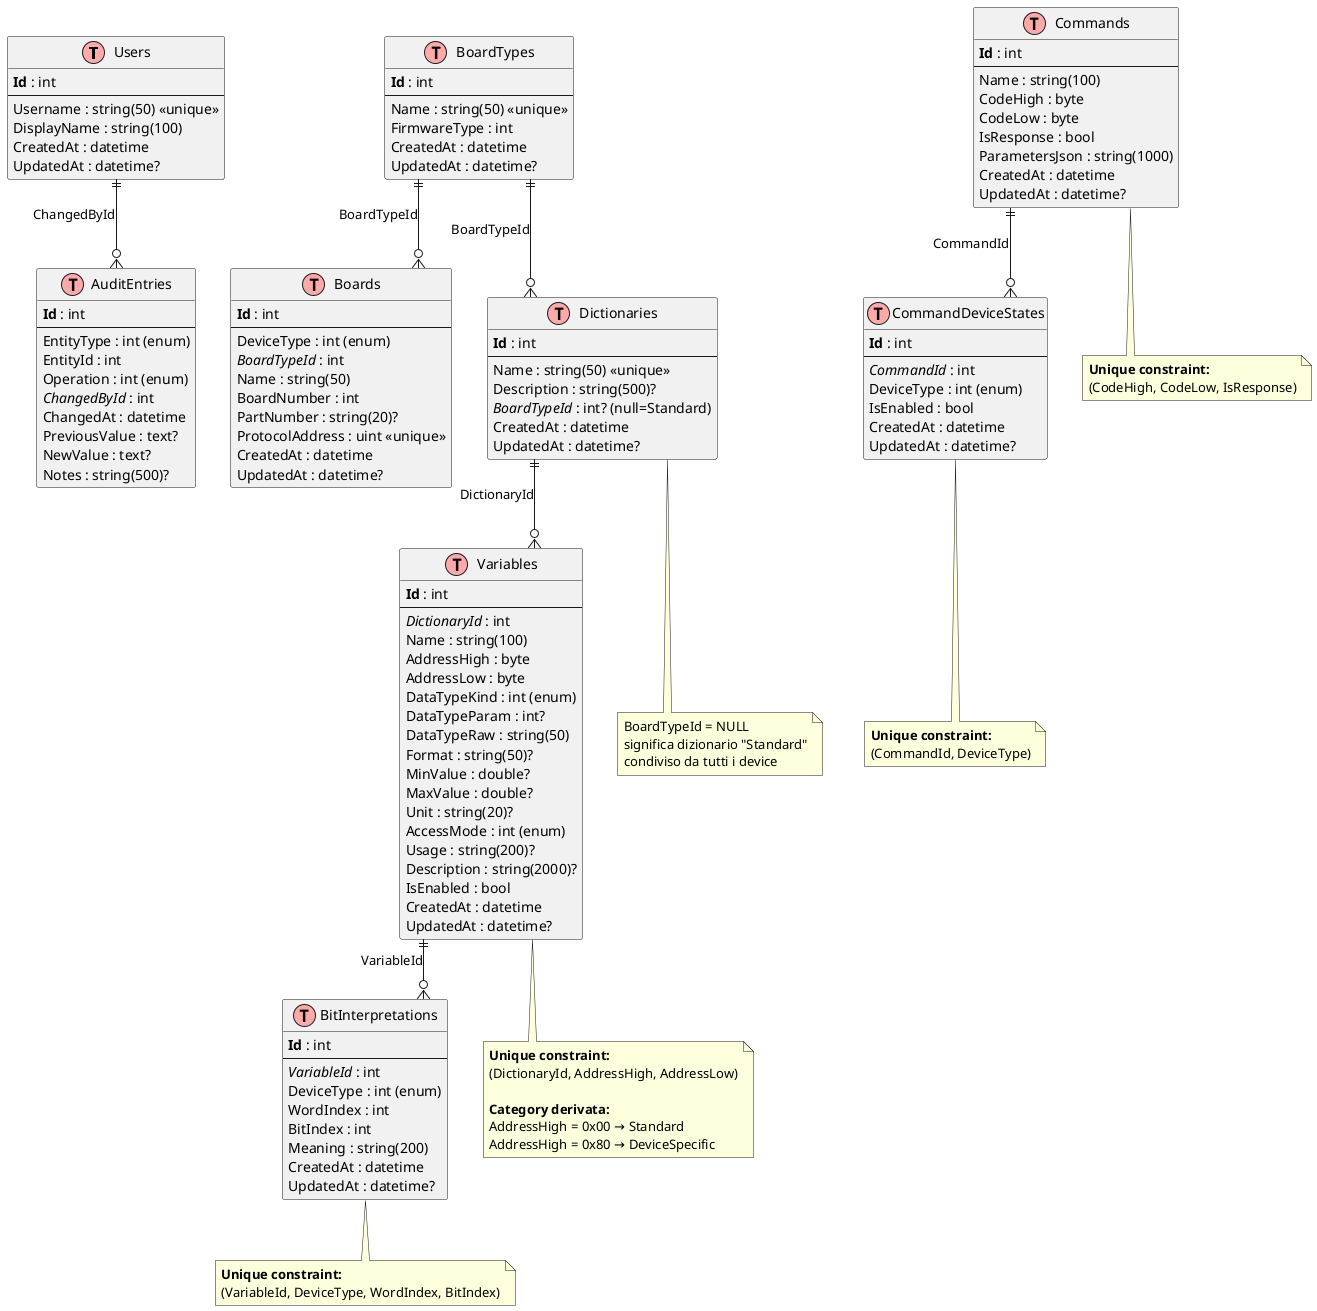
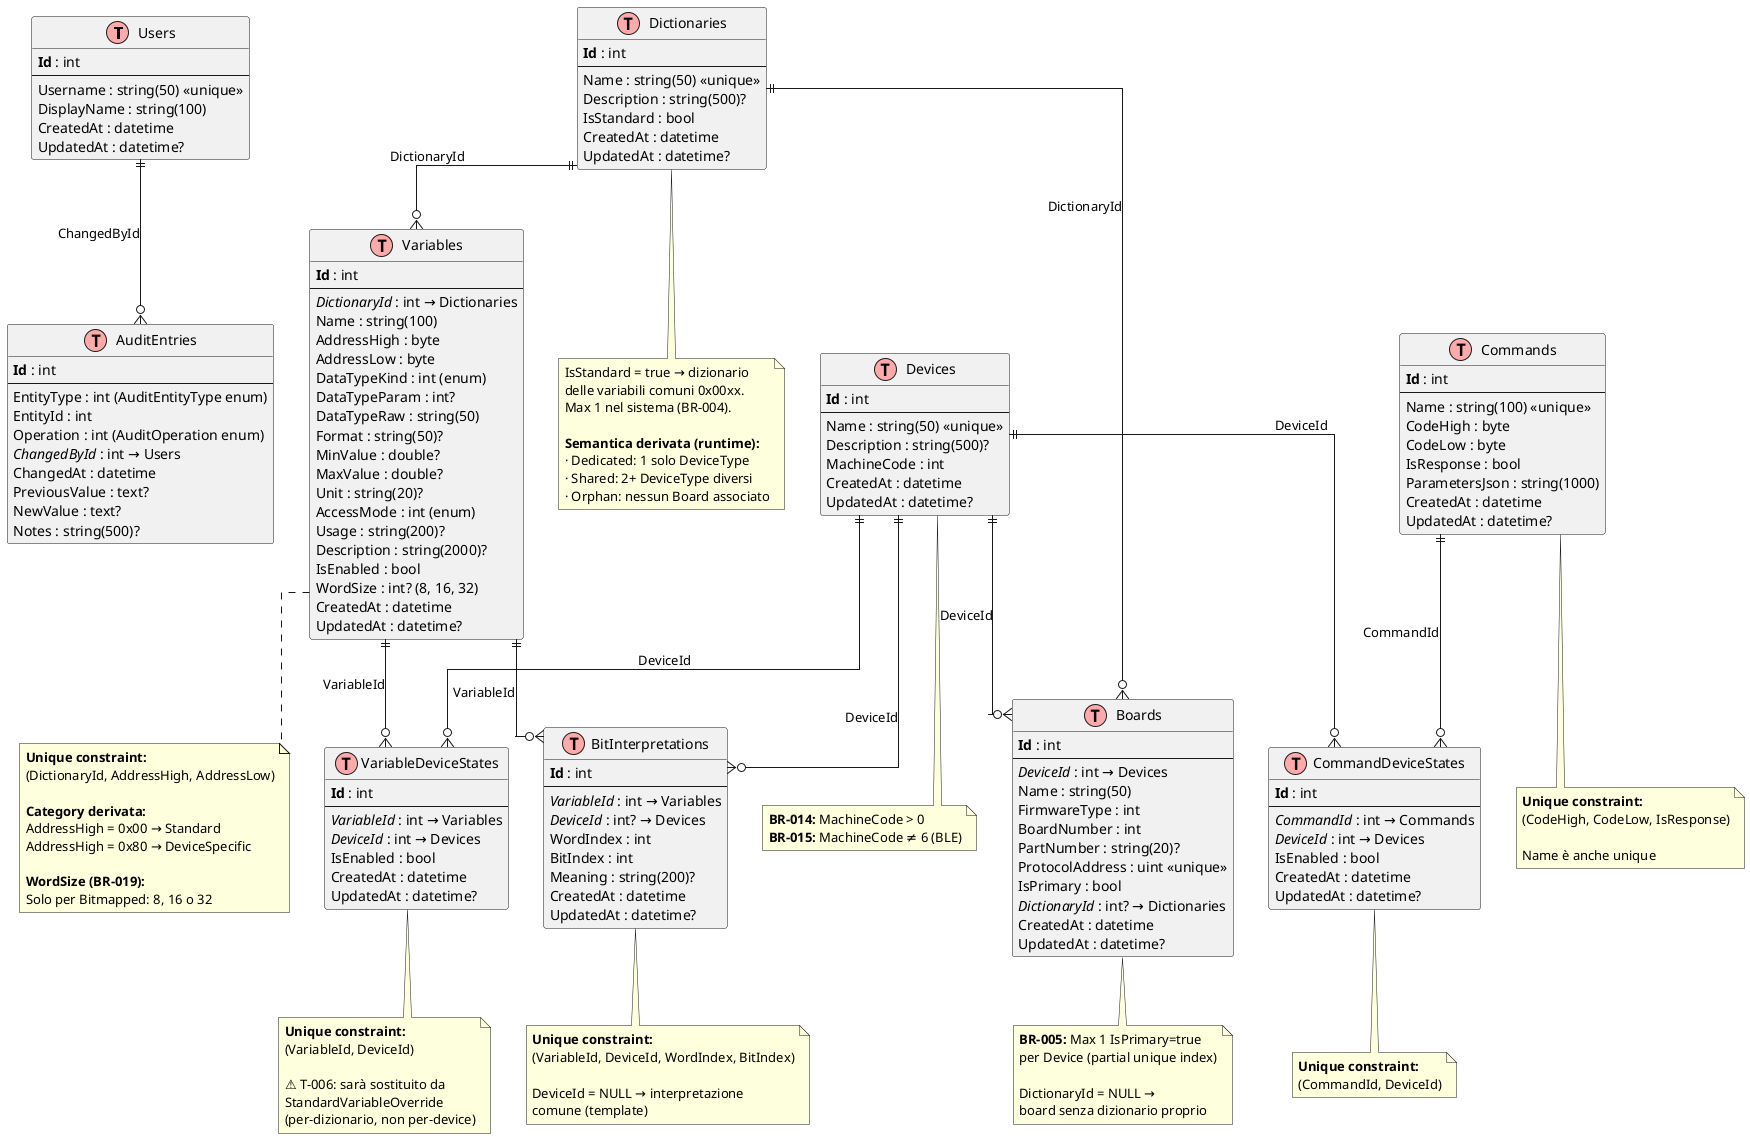
@startuml database-schema
' =============================================================================
- ' Stem.Dictionaries.Manager - Database Schema
- ' Generato da: SESSION_005
+ ' Stem.Dictionaries.Manager - Database Schema (Domain v3)
+ ' Aggiornato: SESSION_039 (2026-04-03)
+ ' Nota: VariableDeviceStates sarà rimosso in T-006 (Domain v7)
' =============================================================================

!define TABLE(name) entity name << (T,#FFAAAA) >>
!define PK(field) <b>field</b>
!define FK(field) <i>field</i>

skinparam linetype ortho
skinparam entity {
    BackgroundColor #F5F5F5
    BorderColor #333333
}

' === UTENTI E AUDIT ===

TABLE(Users) {
    PK(Id) : int
    --
    Username : string(50) <<unique>>
    DisplayName : string(100)
    CreatedAt : datetime
    UpdatedAt : datetime?
}

TABLE(AuditEntries) {
    PK(Id) : int
    --
-     EntityType : int (enum)
+     EntityType : int (AuditEntityType enum)
    EntityId : int
-     Operation : int (enum)
-     FK(ChangedById) : int
+     Operation : int (AuditOperation enum)
+     FK(ChangedById) : int → Users
    ChangedAt : datetime
    PreviousValue : text?
    NewValue : text?
    Notes : string(500)?
}

Users ||--o{ AuditEntries : "ChangedById"

- ' === BOARD TYPES E BOARDS ===
- 
- TABLE(BoardTypes) {
+ ' === DISPOSITIVI ===
+ 
+ TABLE(Devices) {
    PK(Id) : int
    --
    Name : string(50) <<unique>>
+     Description : string(500)?
+     MachineCode : int
+     CreatedAt : datetime
+     UpdatedAt : datetime?
+ }
+ 
+ ' === SCHEDE ===
+ 
+ TABLE(Boards) {
+     PK(Id) : int
+     --
+     FK(DeviceId) : int → Devices
+     Name : string(50)
    FirmwareType : int
-     CreatedAt : datetime
-     UpdatedAt : datetime?
- }
- 
- TABLE(Boards) {
-     PK(Id) : int
-     --
-     DeviceType : int (enum)
-     FK(BoardTypeId) : int
-     Name : string(50)
    BoardNumber : int
    PartNumber : string(20)?
    ProtocolAddress : uint <<unique>>
-     CreatedAt : datetime
-     UpdatedAt : datetime?
- }
- 
- BoardTypes ||--o{ Boards : "BoardTypeId"
+     IsPrimary : bool
+     FK(DictionaryId) : int? → Dictionaries
+     CreatedAt : datetime
+     UpdatedAt : datetime?
+ }
+ 
+ Devices ||--o{ Boards : "DeviceId"

' === DIZIONARI E VARIABILI ===

TABLE(Dictionaries) {
    PK(Id) : int
    --
    Name : string(50) <<unique>>
    Description : string(500)?
-     FK(BoardTypeId) : int? (null=Standard)
+     IsStandard : bool
    CreatedAt : datetime
    UpdatedAt : datetime?
}

TABLE(Variables) {
    PK(Id) : int
    --
-     FK(DictionaryId) : int
+     FK(DictionaryId) : int → Dictionaries
    Name : string(100)
    AddressHigh : byte
    AddressLow : byte
    DataTypeKind : int (enum)
    DataTypeParam : int?
    DataTypeRaw : string(50)
    Format : string(50)?
    MinValue : double?
    MaxValue : double?
    Unit : string(20)?
    AccessMode : int (enum)
    Usage : string(200)?
    Description : string(2000)?
    IsEnabled : bool
+     WordSize : int? (8, 16, 32)
    CreatedAt : datetime
    UpdatedAt : datetime?
}

TABLE(BitInterpretations) {
    PK(Id) : int
    --
-     FK(VariableId) : int
-     DeviceType : int (enum)
+     FK(VariableId) : int → Variables
+     FK(DeviceId) : int? → Devices
    WordIndex : int
    BitIndex : int
-     Meaning : string(200)
-     CreatedAt : datetime
-     UpdatedAt : datetime?
- }
- 
- BoardTypes ||--o{ Dictionaries : "BoardTypeId"
+     Meaning : string(200)?
+     CreatedAt : datetime
+     UpdatedAt : datetime?
+ }
+ 
Dictionaries ||--o{ Variables : "DictionaryId"
+ Dictionaries ||--o{ Boards : "DictionaryId"
Variables ||--o{ BitInterpretations : "VariableId"
+ Devices ||--o{ BitInterpretations : "DeviceId"

' === COMANDI ===

TABLE(Commands) {
    PK(Id) : int
    --
-     Name : string(100)
+     Name : string(100) <<unique>>
    CodeHigh : byte
    CodeLow : byte
    IsResponse : bool
    ParametersJson : string(1000)
    CreatedAt : datetime
    UpdatedAt : datetime?
}

TABLE(CommandDeviceStates) {
    PK(Id) : int
    --
-     FK(CommandId) : int
-     DeviceType : int (enum)
+     FK(CommandId) : int → Commands
+     FK(DeviceId) : int → Devices
    IsEnabled : bool
    CreatedAt : datetime
    UpdatedAt : datetime?
}

Commands ||--o{ CommandDeviceStates : "CommandId"
+ Devices ||--o{ CommandDeviceStates : "DeviceId"
+ 
+ ' === OVERRIDE VARIABILI PER DEVICE ===
+ ' ⚠️ Da rimuovere in T-006 → StandardVariableOverride (per-dizionario)
+ 
+ TABLE(VariableDeviceStates) {
+     PK(Id) : int
+     --
+     FK(VariableId) : int → Variables
+     FK(DeviceId) : int → Devices
+     IsEnabled : bool
+     CreatedAt : datetime
+     UpdatedAt : datetime?
+ }
+ 
+ Variables ||--o{ VariableDeviceStates : "VariableId"
+ Devices ||--o{ VariableDeviceStates : "DeviceId"

' === NOTE ===

note bottom of Variables
  **Unique constraint:**
  (DictionaryId, AddressHigh, AddressLow)

  **Category derivata:**
  AddressHigh = 0x00 → Standard
  AddressHigh = 0x80 → DeviceSpecific
+ 
+   **WordSize (BR-019):**
+   Solo per Bitmapped: 8, 16 o 32
end note

note bottom of BitInterpretations
  **Unique constraint:**
-   (VariableId, DeviceType, WordIndex, BitIndex)
+   (VariableId, DeviceId, WordIndex, BitIndex)
+ 
+   DeviceId = NULL → interpretazione
+   comune (template)
end note

note bottom of Commands
  **Unique constraint:**
  (CodeHigh, CodeLow, IsResponse)
+ 
+   Name è anche unique
end note

note bottom of CommandDeviceStates
  **Unique constraint:**
-   (CommandId, DeviceType)
+   (CommandId, DeviceId)
+ end note
+ 
+ note bottom of VariableDeviceStates
+   **Unique constraint:**
+   (VariableId, DeviceId)
+ 
+   ⚠️ T-006: sarà sostituito da
+   StandardVariableOverride
+   (per-dizionario, non per-device)
end note

note bottom of Dictionaries
-   BoardTypeId = NULL
-   significa dizionario "Standard"
-   condiviso da tutti i device
+   IsStandard = true → dizionario
+   delle variabili comuni 0x00xx.
+   Max 1 nel sistema (BR-004).
+ 
+   **Semantica derivata (runtime):**
+   · Dedicated: 1 solo DeviceType
+   · Shared: 2+ DeviceType diversi
+   · Orphan: nessun Board associato
+ end note
+ 
+ note bottom of Boards
+   **BR-005:** Max 1 IsPrimary=true
+   per Device (partial unique index)
+ 
+   DictionaryId = NULL →
+   board senza dizionario proprio
+ end note
+ 
+ note bottom of Devices
+   **BR-014:** MachineCode > 0
+   **BR-015:** MachineCode ≠ 6 (BLE)
end note

@enduml
